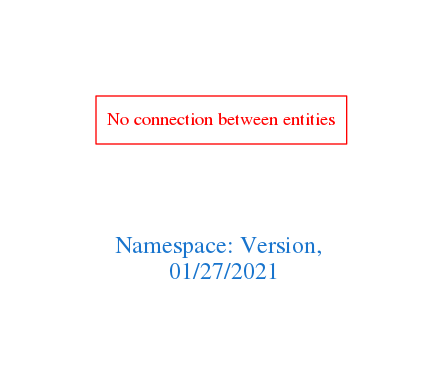
The Graphviz diagram downloads/Version.png in arago/OGIT, before a commit. Its source is kept beside it as downloads/Version.dot.
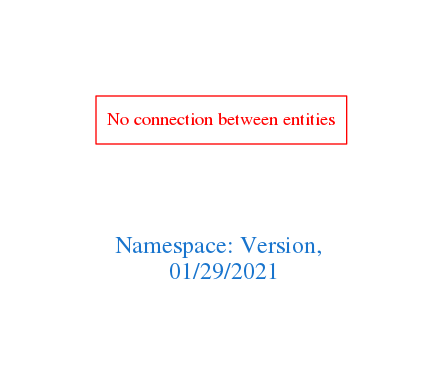
Above is the later version.

The edit, as a diff of the source:
```diff
@@ -1,7 +1,7 @@
 digraph OGIT_ontology {
  graph [ rankdir= LR,pad=1
 fontsize = 18,
-fontcolor= dodgerblue3,label = "\n\n\nNamespace: Version, \n 01/27/2021"];
+fontcolor= dodgerblue3,label = "\n\n\nNamespace: Version, \n 01/29/2021"];
 node[shape=polygon];
 edge [  color="gray81"];
 
```
